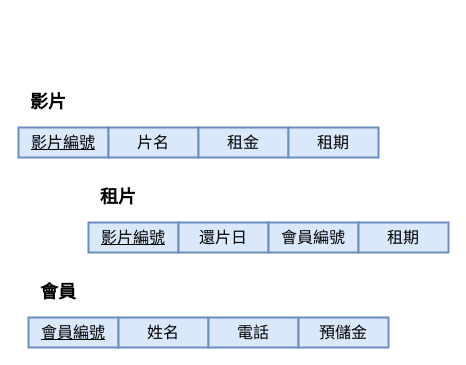
Earlier version of the draw.io diagram 未命名绘图.drawio (nomicha/draw.io). Source tidied: cells renumbered, new cells numbered last; positions are measured from the earlier drawing's top-left corner, leaving out a move shared by most shapes. Both pictures are drawn from the tidied source at 100%, with x=0, y=0 at pixel (18, 87).
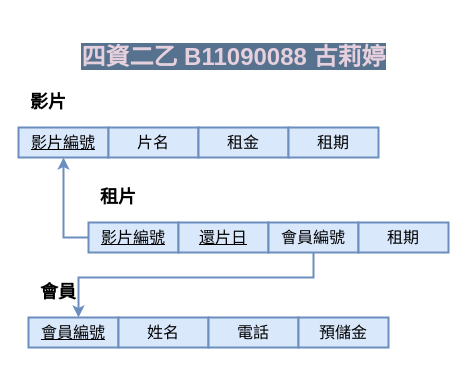
After the change.

Commit message:
更新未命名绘图.drawio

The change refers to these unchanged cells:
```xml
<mxCell id="3" value="影片編號" style="rounded=0;whiteSpace=wrap;html=1;strokeWidth=2;fillColor=#dae8fc;strokeColor=#6c8ebf;fontSize=16;fontStyle=4;" parent="2" vertex="1">
  <mxGeometry y="40" width="90" height="30" as="geometry" />
</mxCell>
<mxCell id="9" value="會員編號" style="rounded=0;whiteSpace=wrap;html=1;strokeWidth=2;fillColor=#dae8fc;strokeColor=#6c8ebf;fontSize=16;fontStyle=4;" parent="8" vertex="1">
  <mxGeometry y="40" width="90" height="30" as="geometry" />
</mxCell>
<mxCell id="15" value="影片編號" style="rounded=0;whiteSpace=wrap;html=1;strokeWidth=2;fillColor=#dae8fc;strokeColor=#6c8ebf;fontSize=16;fontStyle=4;" parent="14" vertex="1">
  <mxGeometry y="40" width="90" height="30" as="geometry" />
</mxCell>
<mxCell id="18" value="會員編號" style="rounded=0;whiteSpace=wrap;html=1;strokeWidth=2;fillColor=#dae8fc;strokeColor=#6c8ebf;fontSize=16;fontStyle=0;" parent="14" vertex="1">
  <mxGeometry x="180" y="40" width="90" height="30" as="geometry" />
</mxCell>
```

Change to the diagram source:
```diff
@@
+    <mxCell id="20" style="group;" parent="1" vertex="1">
+      <mxGeometry y="-70" width="430" height="330" as="geometry" />
+    </mxCell>
-    <mxCell id="2" style="group;" parent="1" vertex="1">
-      <mxGeometry width="360" height="70" as="geometry" />
+    <mxCell id="2" style="group;" parent="20" vertex="1">
+      <mxGeometry y="70" width="360" height="70" as="geometry" />
     </mxCell>
@@
-    <mxCell id="8" style="group;" parent="1" vertex="1">
-      <mxGeometry x="10" y="190" width="360" height="70" as="geometry" />
+    <mxCell id="8" style="group;" parent="20" vertex="1">
+      <mxGeometry x="10" y="260" width="360" height="70" as="geometry" />
     </mxCell>
@@
-    <mxCell id="14" style="group;" parent="1" vertex="1">
-      <mxGeometry x="70" y="95" width="360" height="70" as="geometry" />
+    <mxCell id="14" style="group;" parent="20" vertex="1">
+      <mxGeometry x="70" y="165" width="360" height="70" as="geometry" />
     </mxCell>
@@
-    <mxCell id="17" value="還片日" style="rounded=0;whiteSpace=wrap;html=1;strokeWidth=2;fillColor=#dae8fc;strokeColor=#6c8ebf;fontSize=16;fontStyle=0;" parent="14" vertex="1">
+    <mxCell id="17" value="&lt;u&gt;還片日&lt;/u&gt;" style="rounded=0;whiteSpace=wrap;html=1;strokeWidth=2;fillColor=#dae8fc;strokeColor=#6c8ebf;fontSize=16;fontStyle=0;" parent="14" vertex="1">
       <mxGeometry x="90" y="40" width="90" height="30" as="geometry" />
     </mxCell>
@@
+    <mxCell id="21" style="edgeStyle=orthogonalEdgeStyle;rounded=0;jettySize=auto;html=1;entryX=0.5;entryY=1;entryDx=0;entryDy=0;strokeWidth=2;fillColor=#dae8fc;strokeColor=#6c8ebf;" parent="20" edge="1" source="15" target="3">
+      <mxGeometry relative="1" as="geometry">
+        <Array as="points">
+          <mxPoint x="45" y="220" />
+        </Array>
+      </mxGeometry>
+    </mxCell>
+    <mxCell id="22" style="edgeStyle=orthogonalEdgeStyle;rounded=0;jettySize=auto;html=1;strokeWidth=2;fillColor=#dae8fc;strokeColor=#6c8ebf;" parent="20" edge="1" source="18" target="9">
+      <mxGeometry relative="1" as="geometry">
+        <Array as="points">
+          <mxPoint x="295" y="260" />
+          <mxPoint x="60" y="260" />
+        </Array>
+      </mxGeometry>
+    </mxCell>
+    <mxCell id="23" value="&lt;h1 style=&quot;text-align:right&quot;&gt;&lt;font color=&quot;#e6d0de&quot; style=&quot;background-color: rgb(86, 114, 143);&quot;&gt;四資二乙&lt;span style=&quot;&quot; lang=&quot;EN-US&quot;&gt; B11090088 &lt;/span&gt;&lt;span style=&quot;font-family: 新細明體, serif;&quot;&gt;古莉婷&lt;/span&gt;&lt;/font&gt;&lt;/h1&gt;&lt;p style=&quot;text-align:right&quot; align=&quot;right&quot; class=&quot;MsoNormal&quot;&gt;&lt;span lang=&quot;EN-US&quot;&gt;&lt;/span&gt;&lt;/p&gt;" style="text;html=1;align=center;verticalAlign=middle;strokeColor=none;fillColor=none;" parent="20" vertex="1">
+      <mxGeometry x="50" width="330" height="80" as="geometry" />
+    </mxCell>
```
